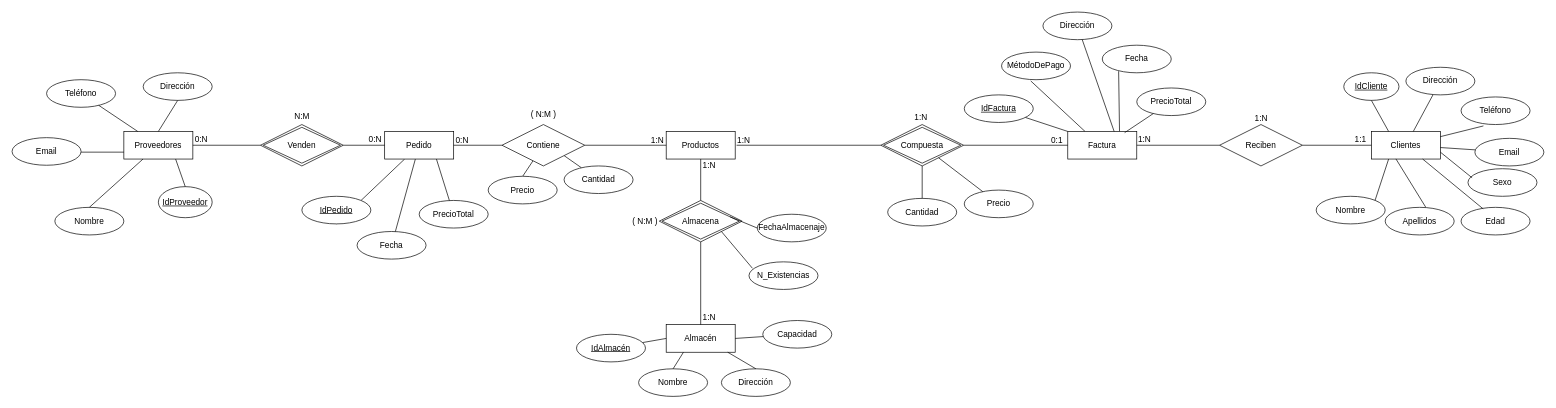
huertin03/ERP-HardSpot keeps this draw.io diagram as Untitled Diagram.drawio. Above is the earlier version. Source tidied: cells renumbered, new cells numbered last; positions are measured from the earlier drawing's top-left corner, leaving out a move shared by most shapes. Both pictures are drawn from the tidied source at 69%, with x=0, y=0 at pixel (12, 12).
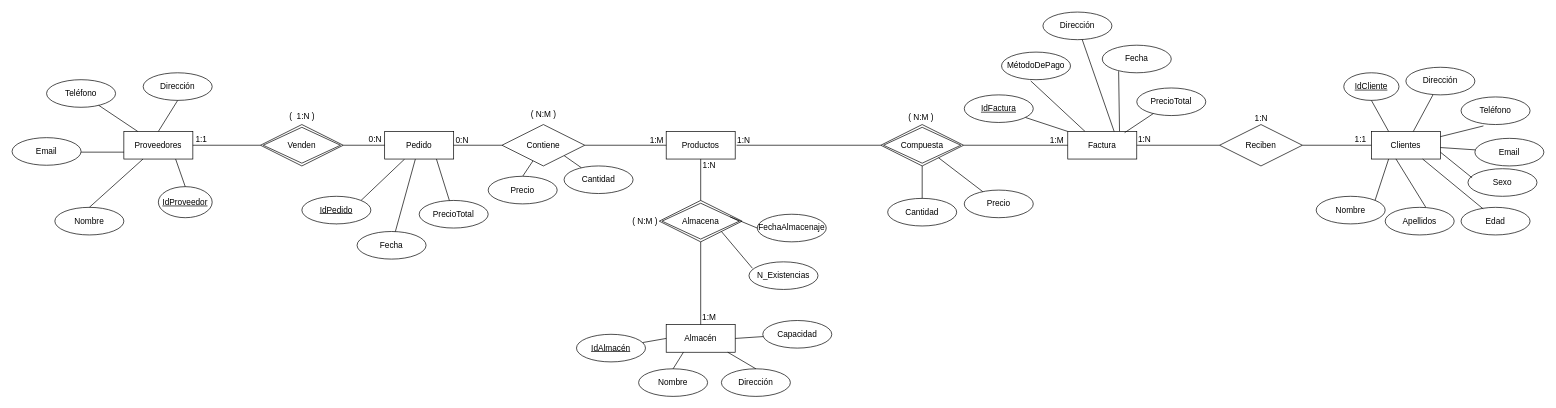
After the change.

Diff of the diagram source:
```diff
@@
-    <mxCell id="66" value="1:N" style="text;html=1;align=center;verticalAlign=middle;strokeColor=none;fillColor=none;" parent="1" vertex="1">
-      <mxGeometry x="915" y="171" width="40" height="30" as="geometry" />
+    <mxCell id="66" value="1:M" style="text;html=1;align=center;verticalAlign=middle;strokeColor=none;fillColor=none;" parent="1" vertex="1">
+      <mxGeometry x="914" y="171" width="40" height="30" as="geometry" />
     </mxCell>
@@
-    <mxCell id="70" value="0:N" style="text;html=1;align=center;verticalAlign=middle;strokeColor=none;fillColor=none;" parent="1" vertex="1">
+    <mxCell id="70" value="1:1" style="text;html=1;align=center;verticalAlign=middle;strokeColor=none;fillColor=none;" parent="1" vertex="1">
       <mxGeometry x="254" y="170" width="40" height="30" as="geometry" />
     </mxCell>
@@
-    <mxCell id="77" value="1:N" style="text;html=1;align=center;verticalAlign=middle;strokeColor=none;fillColor=none;" parent="1" vertex="1">
+    <mxCell id="77" value="1:M" style="text;html=1;align=center;verticalAlign=middle;strokeColor=none;fillColor=none;" parent="1" vertex="1">
       <mxGeometry x="990" y="428" width="40" height="30" as="geometry" />
     </mxCell>
@@
-    <mxCell id="82" value="0:1" style="text;html=1;align=center;verticalAlign=middle;strokeColor=none;fillColor=none;" parent="1" vertex="1">
+    <mxCell id="82" value="1:M" style="text;html=1;align=center;verticalAlign=middle;strokeColor=none;fillColor=none;" parent="1" vertex="1">
       <mxGeometry x="1494" y="171" width="40" height="30" as="geometry" />
     </mxCell>
@@
-    <mxCell id="85" value="1:N" style="text;html=1;align=center;verticalAlign=middle;strokeColor=none;fillColor=none;" parent="1" vertex="1">
-      <mxGeometry x="1297" y="138" width="40" height="30" as="geometry" />
+    <mxCell id="85" value="( N:M )" style="text;html=1;align=center;verticalAlign=middle;strokeColor=none;fillColor=none;" parent="1" vertex="1">
+      <mxGeometry x="1287" y="138" width="60" height="30" as="geometry" />
     </mxCell>
@@
-    <mxCell id="95" value="N:M" style="text;html=1;align=center;verticalAlign=middle;strokeColor=none;fillColor=none;" parent="1" vertex="1">
-      <mxGeometry x="395" y="137" width="50" height="30" as="geometry" />
+    <mxCell id="95" value="(&amp;nbsp; 1:N )" style="text;html=1;align=center;verticalAlign=middle;strokeColor=none;fillColor=none;" parent="1" vertex="1">
+      <mxGeometry x="390" y="137" width="60" height="30" as="geometry" />
     </mxCell>
```
